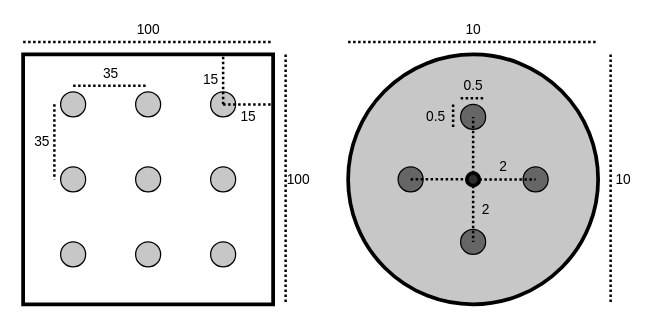
This is drawio/subplot.drawio from johngodlee/miombo_tls, a draw.io file, before an edit. Source tidied: cells renumbered, new cells numbered last; positions are measured from the earlier drawing's top-left corner, leaving out a move shared by most shapes. Both pictures are drawn from the tidied source at 125%, with x=0, y=0 at pixel (22, 41).
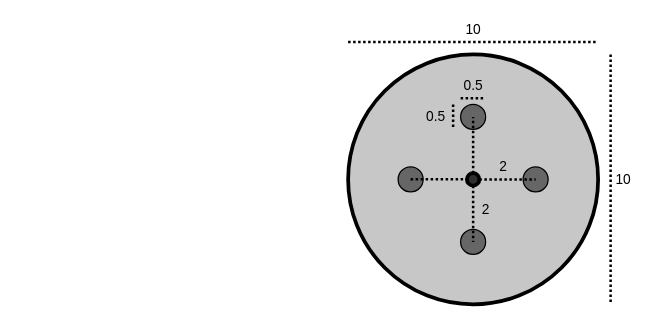
After the change.

Diff of the diagram source:
```diff
@@
-    <mxCell id="2" style="whiteSpace=wrap;html=1;fillColor=none;strokeWidth=3;labelBackgroundColor=none;" parent="1" vertex="1">
-      <mxGeometry y="10" width="200" height="200" as="geometry" />
-    </mxCell>
-    <mxCell id="3" style="ellipse;whiteSpace=wrap;html=1;labelBackgroundColor=none;fillColor=#C7C7C7;" parent="1" vertex="1">
-      <mxGeometry x="30" y="40" width="20" height="20" as="geometry" />
-    </mxCell>
-    <mxCell id="4" style="ellipse;whiteSpace=wrap;html=1;labelBackgroundColor=none;fillColor=#C7C7C7;" parent="1" vertex="1">
-      <mxGeometry x="90" y="40" width="20" height="20" as="geometry" />
-    </mxCell>
-    <mxCell id="5" style="ellipse;whiteSpace=wrap;html=1;labelBackgroundColor=none;fillColor=#C7C7C7;" parent="1" vertex="1">
-      <mxGeometry x="150" y="40" width="20" height="20" as="geometry" />
-    </mxCell>
-    <mxCell id="6" style="ellipse;whiteSpace=wrap;html=1;labelBackgroundColor=none;fillColor=#C7C7C7;" parent="1" vertex="1">
-      <mxGeometry x="30" y="100" width="20" height="20" as="geometry" />
-    </mxCell>
-    <mxCell id="7" style="ellipse;whiteSpace=wrap;html=1;labelBackgroundColor=none;fillColor=#C7C7C7;" parent="1" vertex="1">
-      <mxGeometry x="90" y="100" width="20" height="20" as="geometry" />
-    </mxCell>
-    <mxCell id="8" style="ellipse;whiteSpace=wrap;html=1;labelBackgroundColor=none;fillColor=#C7C7C7;" parent="1" vertex="1">
-      <mxGeometry x="150" y="100" width="20" height="20" as="geometry" />
-    </mxCell>
-    <mxCell id="9" style="ellipse;whiteSpace=wrap;html=1;labelBackgroundColor=none;fillColor=#C7C7C7;" parent="1" vertex="1">
-      <mxGeometry x="30" y="160" width="20" height="20" as="geometry" />
-    </mxCell>
-    <mxCell id="10" style="ellipse;whiteSpace=wrap;html=1;labelBackgroundColor=none;fillColor=#C7C7C7;" parent="1" vertex="1">
-      <mxGeometry x="90" y="160" width="20" height="20" as="geometry" />
-    </mxCell>
-    <mxCell id="11" style="ellipse;whiteSpace=wrap;html=1;labelBackgroundColor=none;fillColor=#C7C7C7;" parent="1" vertex="1">
-      <mxGeometry x="150" y="160" width="20" height="20" as="geometry" />
-    </mxCell>
-    <mxCell id="12" value="35" style="endArrow=none;html=1;entryX=0.5;entryY=0.125;entryDx=0;entryDy=0;entryPerimeter=0;startArrow=none;startFill=0;endFill=0;dashed=1;dashPattern=1 1;labelBackgroundColor=none;strokeWidth=2;" parent="1" edge="1" target="2">
-      <mxGeometry y="10" relative="1" as="geometry">
-        <mxPoint x="40" y="35" as="sourcePoint" />
-      </mxGeometry>
-    </mxCell>
-    <mxCell id="13" value="35" style="endArrow=none;html=1;exitX=0.2;exitY=0.1;exitDx=0;exitDy=0;exitPerimeter=0;entryX=0.1;entryY=0.5;entryDx=0;entryDy=0;entryPerimeter=0;startArrow=none;startFill=0;endFill=0;dashed=1;dashPattern=1 1;labelBackgroundColor=none;strokeWidth=2;" parent="1" edge="1">
-      <mxGeometry y="-10" relative="1" as="geometry">
-        <mxPoint x="25" y="49.8" as="sourcePoint" />
-        <mxPoint x="25" y="110" as="targetPoint" />
-      </mxGeometry>
-    </mxCell>
-    <mxCell id="14" value="15" style="endArrow=none;html=1;exitX=0.2;exitY=0.1;exitDx=0;exitDy=0;exitPerimeter=0;startArrow=none;startFill=0;endFill=0;dashed=1;dashPattern=1 1;labelBackgroundColor=none;strokeWidth=2;" parent="1" edge="1">
-      <mxGeometry x="0.02" y="10" relative="1" as="geometry">
-        <mxPoint x="160" y="49.8" as="sourcePoint" />
-        <mxPoint x="160" y="11" as="targetPoint" />
-      </mxGeometry>
-    </mxCell>
-    <mxCell id="15" value="15" style="endArrow=none;html=1;entryX=0.993;entryY=0.2;entryDx=0;entryDy=0;entryPerimeter=0;startArrow=none;startFill=0;endFill=0;dashed=1;dashPattern=1 1;labelBackgroundColor=none;strokeWidth=2;" parent="1" edge="1" target="2">
-      <mxGeometry x="0.04" y="-10" relative="1" as="geometry">
-        <mxPoint x="160" y="50" as="sourcePoint" />
-      </mxGeometry>
-    </mxCell>
-    <mxCell id="16" value="100" style="endArrow=none;html=1;startArrow=none;startFill=0;endFill=0;dashed=1;dashPattern=1 1;labelBackgroundColor=none;strokeWidth=2;" parent="1" edge="1">
-      <mxGeometry y="10" relative="1" as="geometry">
-        <mxPoint as="sourcePoint" />
-        <mxPoint x="200" as="targetPoint" />
-      </mxGeometry>
-    </mxCell>
-    <mxCell id="17" value="100" style="endArrow=none;html=1;startArrow=none;startFill=0;endFill=0;dashed=1;dashPattern=1 1;labelBackgroundColor=none;strokeWidth=2;" parent="1" edge="1">
-      <mxGeometry y="10" relative="1" as="geometry">
-        <mxPoint x="210" y="10" as="sourcePoint" />
-        <mxPoint x="210" y="210" as="targetPoint" />
-      </mxGeometry>
-    </mxCell>
```
